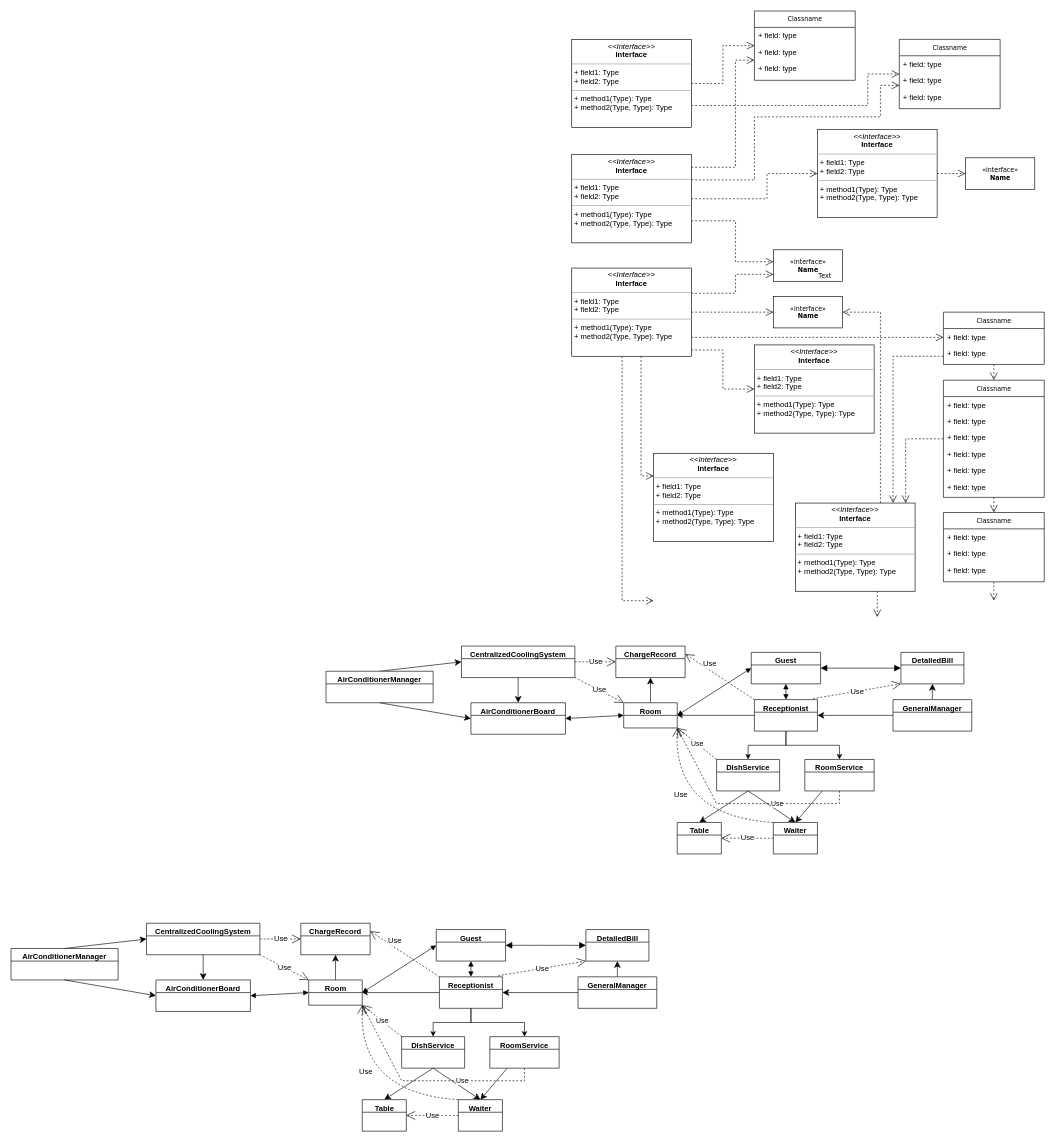
This is UML.drawio from lyhkk/Test, a draw.io file, before an edit. Source tidied: cells renumbered, new cells numbered last; positions are measured from the earlier drawing's top-left corner, leaving out a move shared by most shapes. Both pictures are drawn from the tidied source at 63%, with x=0, y=0 at pixel (11, 11).
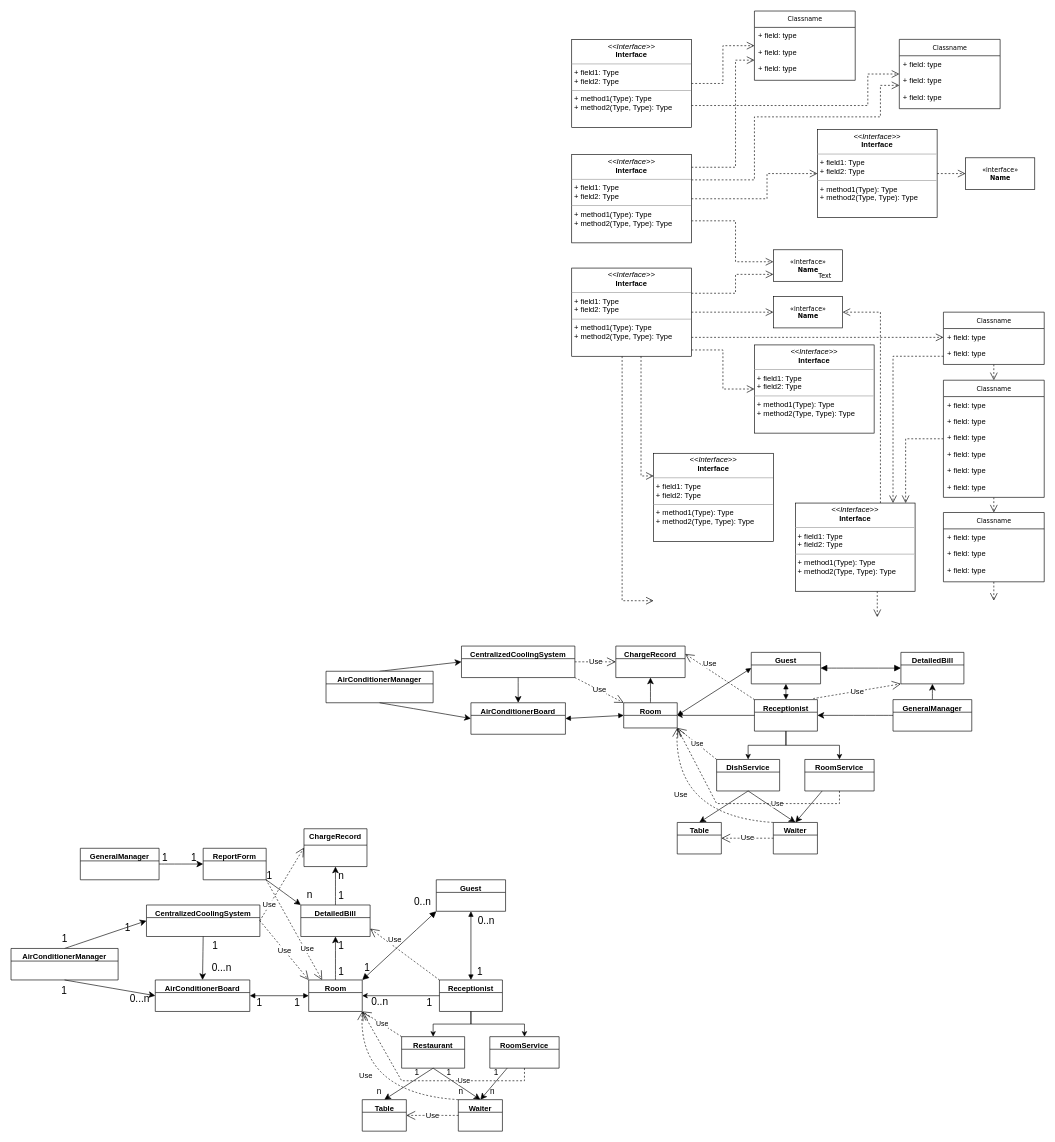
After the change.

Unchanged cells that the change refers to:
```xml
<mxCell id="96" value="AirConditionerManager" style="swimlane;fontStyle=1;align=center;verticalAlign=top;horizontal=1;startSize=20;whiteSpace=wrap;html=1;" parent="1" vertex="1" collapsed="1">
  <mxGeometry y="1488" width="170" height="50" as="geometry" />
</mxCell>
```

Diff of the diagram source:
```diff
@@
     <mxCell id="93" value="Room" style="swimlane;fontStyle=1;align=center;verticalAlign=top;horizontal=1;startSize=20;whiteSpace=wrap;html=1;" parent="1" vertex="1" collapsed="1">
-      <mxGeometry x="472.5" y="1538" width="85" height="40" as="geometry" />
+      <mxGeometry x="472.5" y="1538" width="85" height="50" as="geometry" />
     </mxCell>
-    <mxCell id="94" style="edgeStyle=none;curved=1;rounded=0;jettySize=auto;html=1;exitX=0.5;exitY=1;exitDx=0;exitDy=0;entryX=0;entryY=0.5;entryDx=0;entryDy=0;fontSize=12;startSize=8;endSize=8;" parent="1" edge="1" source="96" target="106">
-      <mxGeometry relative="1" as="geometry" />
+    <mxCell id="94" style="edgeStyle=none;curved=1;rounded=0;jettySize=auto;html=1;entryX=0;entryY=0.5;entryDx=0;entryDy=0;fontSize=12;startSize=8;endSize=8;" parent="1" edge="1" target="106">
+      <mxGeometry relative="1" as="geometry">
+        <mxPoint x="85" y="1538" as="sourcePoint" />
+      </mxGeometry>
     </mxCell>
@@
     <mxCell id="97" value="Guest" style="swimlane;fontStyle=1;align=center;verticalAlign=top;horizontal=1;startSize=20;whiteSpace=wrap;html=1;" parent="1" vertex="1" collapsed="1">
-      <mxGeometry x="675" y="1458" width="110" height="50" as="geometry" />
+      <mxGeometry x="675" y="1379" width="110" height="50" as="geometry" />
     </mxCell>
+    <mxCell id="129" style="edgeStyle=none;curved=1;rounded=0;jettySize=auto;html=1;exitX=0.5;exitY=0;exitDx=0;exitDy=0;entryX=0.5;entryY=1;entryDx=0;entryDy=0;fontSize=12;startSize=8;endSize=8;" parent="1" edge="1" source="98" target="148">
+      <mxGeometry relative="1" as="geometry" />
+    </mxCell>
-    <mxCell id="98" value="ChargeRecord" style="swimlane;fontStyle=1;align=center;verticalAlign=top;horizontal=1;startSize=20;whiteSpace=wrap;html=1;" parent="1" vertex="1" collapsed="1">
-      <mxGeometry x="460" y="1448" width="110" height="50" as="geometry" />
+    <mxCell id="98" value="DetailedBill" style="swimlane;fontStyle=1;align=center;verticalAlign=top;horizontal=1;startSize=20;whiteSpace=wrap;html=1;" parent="1" vertex="1" collapsed="1">
+      <mxGeometry x="460" y="1419" width="110" height="50" as="geometry" />
     </mxCell>
@@
     <mxCell id="102" value="Receptionist" style="swimlane;fontStyle=1;align=center;verticalAlign=top;horizontal=1;startSize=20;whiteSpace=wrap;html=1;" parent="1" vertex="1" collapsed="1">
-      <mxGeometry x="680" y="1533" width="100" height="50" as="geometry" />
+      <mxGeometry x="680" y="1538" width="100" height="50" as="geometry" />
     </mxCell>
-    <mxCell id="103" style="edgeStyle=none;curved=1;rounded=0;jettySize=auto;html=1;exitX=0.5;exitY=0;exitDx=0;exitDy=0;entryX=0.5;entryY=1;entryDx=0;entryDy=0;fontSize=12;startSize=8;endSize=8;" parent="1" edge="1" source="105" target="126">
+    <mxCell id="103" style="edgeStyle=none;curved=1;rounded=0;jettySize=auto;html=1;exitX=1;exitY=0.5;exitDx=0;exitDy=0;fontSize=12;startSize=8;endSize=8;entryX=0;entryY=0.5;entryDx=0;entryDy=0;" parent="1" edge="1" source="105" target="147">
       <mxGeometry relative="1" as="geometry" />
     </mxCell>
-    <mxCell id="104" style="edgeStyle=none;curved=1;rounded=0;jettySize=auto;html=1;exitX=0;exitY=0.5;exitDx=0;exitDy=0;fontSize=12;startSize=8;endSize=8;" parent="1" edge="1" source="105" target="102">
-      <mxGeometry relative="1" as="geometry" />
-    </mxCell>
     <mxCell id="105" value="GeneralManager" style="swimlane;fontStyle=1;align=center;verticalAlign=top;horizontal=1;startSize=20;whiteSpace=wrap;html=1;" parent="1" vertex="1" collapsed="1">
-      <mxGeometry x="900" y="1533" width="125" height="50" as="geometry" />
+      <mxGeometry x="110" y="1329" width="125" height="50" as="geometry" />
     </mxCell>
     <mxCell id="106" value="AirConditionerBoard" style="swimlane;fontStyle=1;align=center;verticalAlign=top;horizontal=1;startSize=20;whiteSpace=wrap;html=1;" parent="1" vertex="1" collapsed="1">
-      <mxGeometry x="230" y="1538" width="150" height="50" as="geometry" />
+      <mxGeometry x="229" y="1538" width="150" height="50" as="geometry" />
     </mxCell>
@@
     <mxCell id="108" value="CentralizedCoolingSystem" style="swimlane;fontStyle=1;align=center;verticalAlign=top;horizontal=1;startSize=20;whiteSpace=wrap;html=1;" parent="1" vertex="1" collapsed="1">
-      <mxGeometry x="215" y="1448" width="180" height="50" as="geometry" />
+      <mxGeometry x="215" y="1419" width="180" height="50" as="geometry" />
     </mxCell>
-    <mxCell id="109" style="endArrow=block;startArrow=block;endFill=1;startFill=1;html=1;rounded=0;exitX=1;exitY=0.5;exitDx=0;exitDy=0;entryX=0;entryY=0.5;entryDx=0;entryDy=0;" parent="1" edge="1" source="93" target="97">
-      <mxGeometry relative="1" as="geometry" />
-    </mxCell>
@@
-    <mxCell id="114" value="DishService" style="swimlane;fontStyle=1;align=center;verticalAlign=top;horizontal=1;startSize=20;whiteSpace=wrap;html=1;" parent="1" vertex="1" collapsed="1">
+    <mxCell id="114" value="Restaurant" style="swimlane;fontStyle=1;align=center;verticalAlign=top;horizontal=1;startSize=20;whiteSpace=wrap;html=1;" parent="1" vertex="1" collapsed="1">
       <mxGeometry x="620" y="1628" width="100" height="50" as="geometry" />
     </mxCell>
@@
-    <mxCell id="123" value="Use" style="endArrow=open;endSize=12;dashed=1;html=1;rounded=0;fontSize=12;curved=1;exitX=1;exitY=1;exitDx=0;exitDy=0;entryX=0;entryY=0;entryDx=0;entryDy=0;" parent="1" edge="1" source="108" target="93">
+    <mxCell id="123" value="Use" style="endArrow=open;endSize=12;dashed=1;html=1;rounded=0;fontSize=12;curved=1;exitX=1;exitY=0.5;exitDx=0;exitDy=0;entryX=0;entryY=0;entryDx=0;entryDy=0;" parent="1" edge="1" source="108" target="93">
       <mxGeometry relative="1" as="geometry" />
     </mxCell>
-    <mxCell id="124" value="Use" style="endArrow=open;endSize=12;dashed=1;html=1;rounded=0;fontSize=12;curved=1;exitX=1;exitY=0.5;exitDx=0;exitDy=0;entryX=0;entryY=0.5;entryDx=0;entryDy=0;" parent="1" edge="1" source="108" target="98">
-      <mxGeometry relative="1" as="geometry" />
+    <mxCell id="124" value="Use" style="endArrow=open;endSize=12;dashed=1;html=1;rounded=0;fontSize=12;curved=1;exitX=1;exitY=0.5;exitDx=0;exitDy=0;entryX=0;entryY=0.5;entryDx=0;entryDy=0;" parent="1" edge="1" source="108" target="148">
+      <mxGeometry x="-0.56" y="1" relative="1" as="geometry">
+        <mxPoint y="1" as="offset" />
+      </mxGeometry>
     </mxCell>
-    <mxCell id="125" style="endArrow=block;startArrow=block;endFill=1;startFill=1;html=1;rounded=0;fontSize=12;startSize=8;endSize=8;curved=1;exitX=1;exitY=0.5;exitDx=0;exitDy=0;entryX=0;entryY=0.5;entryDx=0;entryDy=0;" parent="1" edge="1" source="97" target="126">
-      <mxGeometry relative="1" as="geometry" />
-    </mxCell>
-    <mxCell id="126" value="DetailedBill" style="swimlane;fontStyle=1;align=center;verticalAlign=top;horizontal=1;startSize=20;whiteSpace=wrap;html=1;" parent="1" vertex="1" collapsed="1">
-      <mxGeometry x="912.5" y="1458" width="100" height="50" as="geometry" />
-    </mxCell>
+    <mxCell id="128" value="Use" style="endArrow=open;endSize=12;dashed=1;html=1;rounded=0;fontSize=12;curved=1;exitX=0;exitY=0;exitDx=0;exitDy=0;entryX=1;entryY=0.75;entryDx=0;entryDy=0;" parent="1" edge="1" source="102" target="98">
+      <mxGeometry x="0.37" y="-9" relative="1" as="geometry">
+        <mxPoint x="-1" as="offset" />
+      </mxGeometry>
+    </mxCell>
+    <mxCell id="130" value="1" style="text;html=1;align=center;verticalAlign=middle;strokeColor=none;fillColor=none;fontSize=16;" parent="1" vertex="1">
+      <mxGeometry x="70" y="1458" width="30" height="30" as="geometry" />
+    </mxCell>
+    <mxCell id="131" value="1" style="text;html=1;align=center;verticalAlign=middle;strokeColor=none;fillColor=none;fontSize=16;" parent="1" vertex="1">
+      <mxGeometry x="170" y="1439" width="30" height="30" as="geometry" />
+    </mxCell>
+    <mxCell id="132" value="1" style="text;html=1;align=center;verticalAlign=middle;strokeColor=none;fillColor=none;fontSize=16;" parent="1" vertex="1">
+      <mxGeometry x="69" y="1539" width="30" height="30" as="geometry" />
+    </mxCell>
+    <mxCell id="133" value="0...n" style="text;html=1;align=center;verticalAlign=middle;strokeColor=none;fillColor=none;fontSize=16;" parent="1" vertex="1">
+      <mxGeometry x="179" y="1553" width="50" height="30" as="geometry" />
+    </mxCell>
+    <mxCell id="134" value="1" style="text;html=1;align=center;verticalAlign=middle;strokeColor=none;fillColor=none;fontSize=16;" parent="1" vertex="1">
+      <mxGeometry x="379" y="1559" width="30" height="30" as="geometry" />
+    </mxCell>
+    <mxCell id="135" value="1" style="text;html=1;align=center;verticalAlign=middle;strokeColor=none;fillColor=none;fontSize=16;" parent="1" vertex="1">
+      <mxGeometry x="439" y="1559" width="30" height="30" as="geometry" />
+    </mxCell>
+    <mxCell id="136" value="1" style="text;html=1;align=center;verticalAlign=middle;strokeColor=none;fillColor=none;fontSize=16;" parent="1" vertex="1">
+      <mxGeometry x="509" y="1509" width="30" height="30" as="geometry" />
+    </mxCell>
+    <mxCell id="137" value="1" style="text;html=1;align=center;verticalAlign=middle;strokeColor=none;fillColor=none;fontSize=16;" parent="1" vertex="1">
+      <mxGeometry x="509" y="1469" width="30" height="30" as="geometry" />
+    </mxCell>
+    <mxCell id="138" value="1" style="text;html=1;align=center;verticalAlign=middle;strokeColor=none;fillColor=none;fontSize=16;" parent="1" vertex="1">
+      <mxGeometry x="309" y="1469" width="30" height="30" as="geometry" />
+    </mxCell>
+    <mxCell id="139" value="0...n" style="text;html=1;align=center;verticalAlign=middle;strokeColor=none;fillColor=none;fontSize=16;" parent="1" vertex="1">
+      <mxGeometry x="309" y="1503" width="50" height="30" as="geometry" />
+    </mxCell>
+    <mxCell id="140" value="1" style="text;html=1;align=center;verticalAlign=middle;strokeColor=none;fillColor=none;fontSize=16;" parent="1" vertex="1">
+      <mxGeometry x="550" y="1503" width="30" height="30" as="geometry" />
+    </mxCell>
+    <mxCell id="141" value="0..n" style="text;html=1;align=center;verticalAlign=middle;strokeColor=none;fillColor=none;fontSize=16;" parent="1" vertex="1">
+      <mxGeometry x="560" y="1558" width="50" height="30" as="geometry" />
+    </mxCell>
+    <mxCell id="142" value="1" style="text;html=1;align=center;verticalAlign=middle;strokeColor=none;fillColor=none;fontSize=16;" parent="1" vertex="1">
+      <mxGeometry x="649" y="1559" width="30" height="30" as="geometry" />
+    </mxCell>
+    <mxCell id="109" style="endArrow=block;startArrow=block;endFill=1;startFill=1;html=1;rounded=0;fontSize=12;startSize=8;endSize=8;curved=1;exitX=1;exitY=0;exitDx=0;exitDy=0;entryX=0;entryY=1;entryDx=0;entryDy=0;" parent="1" edge="1" source="93" target="97">
+      <mxGeometry relative="1" as="geometry" />
+    </mxCell>
+    <mxCell id="143" value="0..n" style="text;html=1;align=center;verticalAlign=middle;strokeColor=none;fillColor=none;fontSize=16;" parent="1" vertex="1">
+      <mxGeometry x="627.5" y="1399" width="50" height="30" as="geometry" />
+    </mxCell>
+    <mxCell id="144" value="0..n" style="text;html=1;align=center;verticalAlign=middle;strokeColor=none;fillColor=none;fontSize=16;" parent="1" vertex="1">
+      <mxGeometry x="729" y="1429" width="50" height="30" as="geometry" />
+    </mxCell>
+    <mxCell id="145" value="1" style="text;html=1;align=center;verticalAlign=middle;strokeColor=none;fillColor=none;fontSize=16;" parent="1" vertex="1">
+      <mxGeometry x="729" y="1509" width="30" height="30" as="geometry" />
+    </mxCell>
+    <mxCell id="146" style="edgeStyle=none;curved=1;rounded=0;jettySize=auto;html=1;exitX=1;exitY=1;exitDx=0;exitDy=0;entryX=0;entryY=0;entryDx=0;entryDy=0;fontSize=12;startSize=8;endSize=8;" parent="1" edge="1" source="147" target="98">
+      <mxGeometry relative="1" as="geometry" />
+    </mxCell>
+    <mxCell id="147" value="ReportForm" style="swimlane;fontStyle=1;align=center;verticalAlign=top;horizontal=1;startSize=20;whiteSpace=wrap;html=1;" parent="1" vertex="1" collapsed="1">
+      <mxGeometry x="305" y="1329" width="100" height="50" as="geometry" />
+    </mxCell>
+    <mxCell id="148" value="&lt;b&gt;ChargeRecord&lt;/b&gt;" style="swimlane;fontStyle=0;horizontal=1;startSize=26;fillColor=none;whiteSpace=wrap;html=1;" parent="1" vertex="1" collapsed="1">
+      <mxGeometry x="465" y="1298" width="100" height="60" as="geometry" />
+    </mxCell>
+    <mxCell id="149" value="1" style="text;html=1;align=center;verticalAlign=middle;strokeColor=none;fillColor=none;fontSize=16;" parent="1" vertex="1">
+      <mxGeometry x="509" y="1389" width="30" height="30" as="geometry" />
+    </mxCell>
+    <mxCell id="150" value="n" style="text;html=1;align=center;verticalAlign=middle;strokeColor=none;fillColor=none;fontSize=16;" parent="1" vertex="1">
+      <mxGeometry x="509" y="1358" width="30" height="30" as="geometry" />
+    </mxCell>
+    <mxCell id="151" value="1" style="text;html=1;align=center;verticalAlign=middle;strokeColor=none;fillColor=none;fontSize=16;" parent="1" vertex="1">
+      <mxGeometry x="229" y="1329" width="30" height="30" as="geometry" />
+    </mxCell>
+    <mxCell id="152" value="1" style="text;html=1;align=center;verticalAlign=middle;strokeColor=none;fillColor=none;fontSize=16;" parent="1" vertex="1">
+      <mxGeometry x="275" y="1328" width="30" height="30" as="geometry" />
+    </mxCell>
+    <mxCell id="153" value="1" style="text;html=1;align=center;verticalAlign=middle;strokeColor=none;fillColor=none;fontSize=16;" parent="1" vertex="1">
+      <mxGeometry x="395" y="1358" width="30" height="30" as="geometry" />
+    </mxCell>
+    <mxCell id="154" value="n" style="text;html=1;align=center;verticalAlign=middle;strokeColor=none;fillColor=none;fontSize=16;" parent="1" vertex="1">
+      <mxGeometry x="459" y="1388" width="30" height="30" as="geometry" />
+    </mxCell>
-    <mxCell id="127" value="Use" style="endArrow=open;endSize=12;dashed=1;html=1;rounded=0;fontSize=12;curved=1;exitX=0.933;exitY=-0.033;exitDx=0;exitDy=0;exitPerimeter=0;entryX=0;entryY=1;entryDx=0;entryDy=0;" parent="1" edge="1" source="102" target="126">
-      <mxGeometry relative="1" as="geometry" />
+    <mxCell id="127" value="Use" style="endArrow=open;endSize=12;dashed=1;html=1;rounded=0;fontSize=12;curved=1;entryX=0.25;entryY=0;entryDx=0;entryDy=0;exitX=1;exitY=1;exitDx=0;exitDy=0;" parent="1" edge="1" source="147" target="93">
+      <mxGeometry x="0.39" y="4" relative="1" as="geometry" />
     </mxCell>
-    <mxCell id="128" value="Use" style="endArrow=open;endSize=12;dashed=1;html=1;rounded=0;fontSize=12;curved=1;exitX=0;exitY=0;exitDx=0;exitDy=0;entryX=1;entryY=0.25;entryDx=0;entryDy=0;" parent="1" edge="1" source="102" target="98">
-      <mxGeometry x="0.37" y="-9" relative="1" as="geometry">
-        <mxPoint x="-1" as="offset" />
-      </mxGeometry>
-    </mxCell>
+    <mxCell id="155" value="&lt;font style=&quot;font-size: 13px;&quot;&gt;1&lt;/font&gt;" style="text;html=1;align=center;verticalAlign=middle;strokeColor=none;fillColor=none;fontSize=16;" parent="1" vertex="1">
+      <mxGeometry x="629" y="1669" width="30" height="30" as="geometry" />
+    </mxCell>
+    <mxCell id="156" value="&lt;font style=&quot;font-size: 13px;&quot;&gt;n&lt;/font&gt;" style="text;html=1;align=center;verticalAlign=middle;strokeColor=none;fillColor=none;fontSize=16;" parent="1" vertex="1">
+      <mxGeometry x="569" y="1699" width="30" height="30" as="geometry" />
+    </mxCell>
+    <mxCell id="157" value="&lt;font style=&quot;font-size: 13px;&quot;&gt;1&lt;/font&gt;" style="text;html=1;align=center;verticalAlign=middle;strokeColor=none;fillColor=none;fontSize=16;" parent="1" vertex="1">
+      <mxGeometry x="680" y="1669" width="30" height="30" as="geometry" />
+    </mxCell>
+    <mxCell id="158" value="&lt;font style=&quot;font-size: 13px;&quot;&gt;n&lt;/font&gt;" style="text;html=1;align=center;verticalAlign=middle;strokeColor=none;fillColor=none;fontSize=16;" parent="1" vertex="1">
+      <mxGeometry x="699" y="1699" width="30" height="30" as="geometry" />
+    </mxCell>
+    <mxCell id="159" value="&lt;font style=&quot;font-size: 13px;&quot;&gt;n&lt;/font&gt;" style="text;html=1;align=center;verticalAlign=middle;strokeColor=none;fillColor=none;fontSize=16;" parent="1" vertex="1">
+      <mxGeometry x="749" y="1699" width="30" height="30" as="geometry" />
+    </mxCell>
+    <mxCell id="160" value="&lt;font style=&quot;font-size: 13px;&quot;&gt;1&lt;/font&gt;" style="text;html=1;align=center;verticalAlign=middle;strokeColor=none;fillColor=none;fontSize=16;" parent="1" vertex="1">
+      <mxGeometry x="755" y="1669" width="30" height="30" as="geometry" />
+    </mxCell>
```
